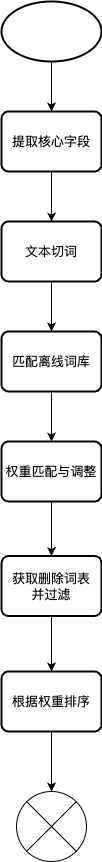
Before: work-draw-file/nlp实时切词逻辑.png, a diagram exported from draw.io (liujunao/draw-data). Source tidied: cells renumbered, new cells last; positions are measured from the earlier drawing's top-left corner, leaving out a move shared by most shapes.
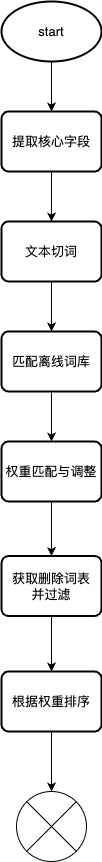
Later version of the same file.

Commit message:
更新nlp实时切词逻辑.png

The edit, as a diff of the source:
```diff
@@ -5,7 +5,7 @@
     <mxCell id="2" style="edgeStyle=orthogonalEdgeStyle;rounded=0;jettySize=auto;html=1;exitX=0.5;exitY=1;exitDx=0;exitDy=0;exitPerimeter=0;" parent="1" edge="1" source="3" target="5">
       <mxGeometry relative="1" as="geometry" />
     </mxCell>
-    <mxCell id="3" style="strokeWidth=2;html=1;shape=mxgraph.flowchart.start_1;whiteSpace=wrap;" parent="1" vertex="1">
+    <mxCell id="3" value="start" style="strokeWidth=2;html=1;shape=mxgraph.flowchart.start_1;whiteSpace=wrap;" parent="1" vertex="1">
       <mxGeometry width="100" height="60" as="geometry" />
     </mxCell>
     <mxCell id="4" style="edgeStyle=orthogonalEdgeStyle;rounded=0;jettySize=auto;html=1;exitX=0.5;exitY=1;exitDx=0;exitDy=0;" parent="1" edge="1" source="5" target="13">
```
